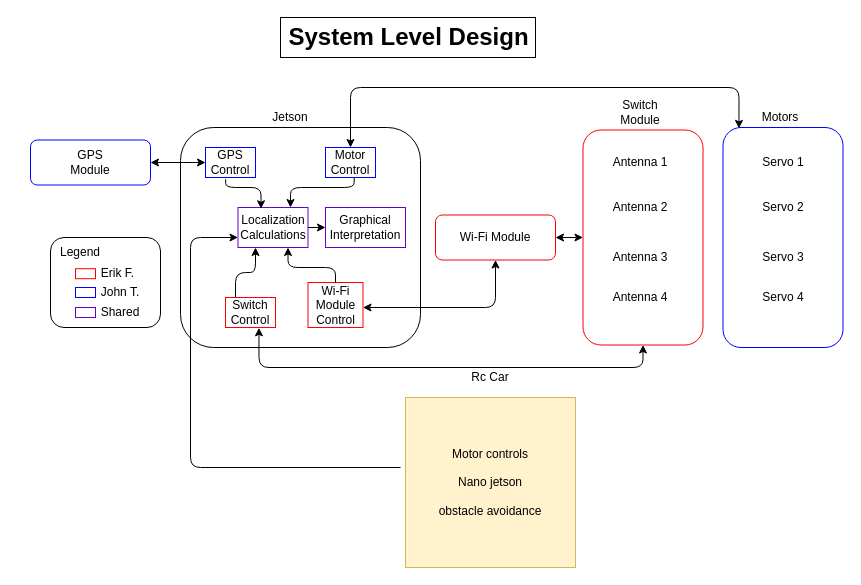
Earlier version of the draw.io diagram Untitled Diagram.drawio (groolmin/EENG-490-capstone). Source tidied: cells renumbered, new cells numbered last; positions are measured from the earlier drawing's top-left corner, leaving out a move shared by most shapes. Both pictures are drawn from the tidied source at 100%, with x=0, y=0 at pixel (30, 17).
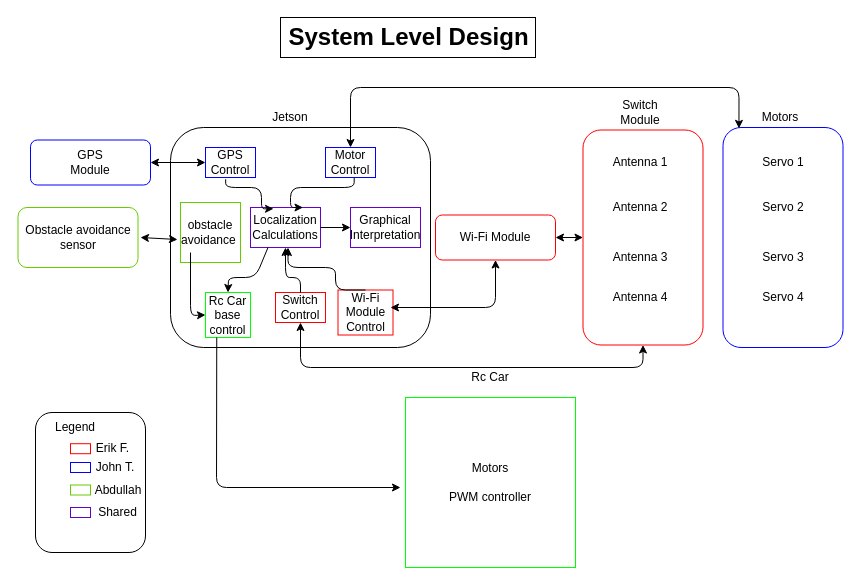
The same page after the edit.

The change refers to these unchanged cells:
```xml
<mxCell id="12" style="rounded=1;whiteSpace=wrap;html=1;strokeColor=#FF0000;" parent="1" vertex="1">
  <mxGeometry x="405" y="197.5" width="120" height="45" as="geometry" />
</mxCell>
<mxCell id="14" style="rounded=1;whiteSpace=wrap;html=1;strokeColor=#FF0000;" parent="1" vertex="1">
  <mxGeometry x="552.5" y="112.5" width="120" height="215" as="geometry" />
</mxCell>
```

Diff of the diagram source:
```diff
@@
     <mxCell id="2" style="rounded=1;whiteSpace=wrap;html=1;" parent="1" vertex="1">
-      <mxGeometry x="150" y="110" width="240" height="220" as="geometry" />
+      <mxGeometry x="140" y="110" width="260" height="220" as="geometry" />
     </mxCell>
@@
     <mxCell id="5" value="Wi-Fi Module Control" style="text;html=1;align=center;verticalAlign=middle;whiteSpace=wrap;rounded=0;strokeColor=#FF0000;" parent="1" vertex="1">
-      <mxGeometry x="277.5" y="265" width="55" height="45" as="geometry" />
+      <mxGeometry x="307.5" y="272.5" width="55" height="45" as="geometry" />
     </mxCell>
     <mxCell id="6" value="Switch Control" style="text;html=1;fillColor=none;align=center;verticalAlign=middle;whiteSpace=wrap;rounded=0;strokeColor=#FF0000;" parent="1" vertex="1">
-      <mxGeometry x="195" y="280" width="50" height="30" as="geometry" />
+      <mxGeometry x="245" y="275" width="50" height="30" as="geometry" />
     </mxCell>
@@
     <mxCell id="8" value="Localization Calculations" style="text;html=1;fillColor=none;align=center;verticalAlign=middle;whiteSpace=wrap;rounded=0;strokeColor=#6600CC;" parent="1" vertex="1">
-      <mxGeometry x="207.5" y="190" width="70" height="40" as="geometry" />
+      <mxGeometry x="220" y="190" width="70" height="40" as="geometry" />
     </mxCell>
-    <mxCell id="9" style="edgeStyle=elbowEdgeStyle;elbow=vertical;endArrow=classic;html=1;entryX=0.25;entryY=1;entryDx=0;entryDy=0;" parent="1" edge="1" target="8">
+    <mxCell id="9" style="edgeStyle=elbowEdgeStyle;elbow=vertical;endArrow=classic;html=1;entryX=0.5;entryY=1;entryDx=0;entryDy=0;exitX=0.5;exitY=0;exitDx=0;exitDy=0;" parent="1" edge="1" source="6" target="8">
       <mxGeometry relative="1" as="geometry">
-        <mxPoint x="205" y="280" as="sourcePoint" />
+        <Array as="points">
+          <mxPoint x="260" y="260" />
+          <mxPoint x="260" y="260" />
+        </Array>
       </mxGeometry>
     </mxCell>
@@
     <mxCell id="20" value="Graphical Interpretation" style="text;html=1;fillColor=none;align=center;verticalAlign=middle;whiteSpace=wrap;rounded=0;strokeColor=#6600CC;" parent="1" vertex="1">
-      <mxGeometry x="295" y="190" width="80" height="40" as="geometry" />
+      <mxGeometry x="320" y="190" width="70" height="40" as="geometry" />
     </mxCell>
@@
     <mxCell id="22" style="endArrow=classic;html=1;entryX=0;entryY=0.5;entryDx=0;entryDy=0;" parent="1" edge="1" target="20">
       <mxGeometry relative="1" as="geometry">
-        <mxPoint x="277.5" y="210" as="sourcePoint" />
+        <mxPoint x="290" y="210" as="sourcePoint" />
       </mxGeometry>
     </mxCell>
@@
     <mxCell id="31" style="edgeStyle=segmentEdgeStyle;endArrow=classic;html=1;entryX=0.5;entryY=1;entryDx=0;entryDy=0;startArrow=classic;startFill=1;" parent="1" edge="1" target="12">
       <mxGeometry relative="1" as="geometry">
-        <mxPoint x="332.5" y="290" as="sourcePoint" />
+        <mxPoint x="360" y="290" as="sourcePoint" />
         <Array as="points">
           <mxPoint x="465" y="290" />
         </Array>
       </mxGeometry>
     </mxCell>
-    <mxCell id="32" style="edgeStyle=segmentEdgeStyle;endArrow=classic;html=1;exitX=0.669;exitY=1.01;exitDx=0;exitDy=0;exitPerimeter=0;entryX=0.5;entryY=1;entryDx=0;entryDy=0;startArrow=classic;startFill=1;" parent="1" edge="1" source="6" target="14">
+    <mxCell id="32" style="edgeStyle=segmentEdgeStyle;endArrow=classic;html=1;entryX=0.5;entryY=1;entryDx=0;entryDy=0;startArrow=classic;startFill=1;" parent="1" edge="1" target="14">
       <mxGeometry relative="1" as="geometry">
+        <mxPoint x="270" y="305" as="sourcePoint" />
         <Array as="points">
-          <mxPoint x="228" y="350" />
-          <mxPoint x="612" y="350" />
+          <mxPoint x="270" y="305" />
+          <mxPoint x="270" y="350" />
+          <mxPoint x="613" y="350" />
         </Array>
       </mxGeometry>
     </mxCell>
@@
     <mxCell id="37" style="rounded=1;whiteSpace=wrap;html=1;strokeColor=#000000;" parent="1" vertex="1">
-      <mxGeometry x="20" y="220" width="110" height="90" as="geometry" />
+      <mxGeometry x="5" y="395" width="110" height="140" as="geometry" />
     </mxCell>
     <mxCell id="38" value="Legend" style="text;html=1;strokeColor=none;fillColor=none;align=center;verticalAlign=middle;whiteSpace=wrap;rounded=0;" parent="1" vertex="1">
-      <mxGeometry x="30" y="225" width="40" height="20" as="geometry" />
+      <mxGeometry x="25" y="400" width="40" height="20" as="geometry" />
     </mxCell>
     <mxCell id="39" value="Erik F." style="text;html=1;strokeColor=none;fillColor=none;align=center;verticalAlign=middle;whiteSpace=wrap;rounded=0;" parent="1" vertex="1">
-      <mxGeometry x="65" y="246.2" width="45" height="20" as="geometry" />
+      <mxGeometry x="60" y="421.2" width="45" height="20" as="geometry" />
     </mxCell>
     <mxCell id="40" value="John T." style="text;html=1;strokeColor=none;fillColor=none;align=center;verticalAlign=middle;whiteSpace=wrap;rounded=0;" parent="1" vertex="1">
-      <mxGeometry x="65" y="265" width="50" height="20" as="geometry" />
+      <mxGeometry x="60" y="440" width="50" height="20" as="geometry" />
     </mxCell>
     <mxCell id="41" style="rounded=0;whiteSpace=wrap;html=1;fillColor=none;strokeColor=#FF0000;" parent="1" vertex="1">
-      <mxGeometry x="45" y="251.2" width="20" height="10" as="geometry" />
+      <mxGeometry x="40" y="426.2" width="20" height="10" as="geometry" />
     </mxCell>
     <mxCell id="42" style="rounded=0;whiteSpace=wrap;html=1;fillColor=none;strokeColor=#0000FF;" parent="1" vertex="1">
-      <mxGeometry x="45" y="270" width="20" height="10" as="geometry" />
+      <mxGeometry x="40" y="445" width="20" height="10" as="geometry" />
     </mxCell>
     <mxCell id="43" value="Shared" style="text;html=1;strokeColor=none;fillColor=none;align=center;verticalAlign=middle;whiteSpace=wrap;rounded=0;" parent="1" vertex="1">
-      <mxGeometry x="65" y="285" width="50" height="20" as="geometry" />
+      <mxGeometry x="65" y="485" width="45" height="20" as="geometry" />
     </mxCell>
     <mxCell id="44" style="rounded=0;whiteSpace=wrap;html=1;fillColor=none;strokeColor=#6600CC;" parent="1" vertex="1">
-      <mxGeometry x="45" y="290" width="20" height="10" as="geometry" />
+      <mxGeometry x="40" y="490" width="20" height="10" as="geometry" />
     </mxCell>
-    <mxCell id="45" value="Motor controls&lt;br&gt;&lt;br&gt;Nano jetson&lt;br&gt;&lt;br&gt;obstacle avoidance" style="whiteSpace=wrap;html=1;fillColor=#fff2cc;strokeColor=#d6b656;" parent="1" vertex="1">
+    <mxCell id="45" value="Motors&lt;br&gt;&lt;br&gt;PWM controller" style="whiteSpace=wrap;html=1;strokeColor=#00FF00;" parent="1" vertex="1">
       <mxGeometry x="375" y="380" width="170" height="170" as="geometry" />
     </mxCell>
-    <mxCell id="46" style="endArrow=classic;html=1;entryX=0;entryY=0.75;entryDx=0;entryDy=0;" parent="1" edge="1" target="8">
-      <mxGeometry relative="1" as="geometry">
-        <mxPoint x="370" y="450" as="sourcePoint" />
-        <Array as="points">
-          <mxPoint x="160" y="450" />
-          <mxPoint x="160" y="220" />
-        </Array>
-      </mxGeometry>
-    </mxCell>
@@
+    <mxCell id="48" value="Rc Car base control" style="whiteSpace=wrap;html=1;strokeColor=#00FF00;" parent="1" vertex="1">
+      <mxGeometry x="175" y="275" width="45" height="45" as="geometry" />
+    </mxCell>
+    <mxCell id="49" style="endArrow=classic;html=1;exitX=0.25;exitY=1;exitDx=0;exitDy=0;" parent="1" edge="1" source="48">
+      <mxGeometry relative="1" as="geometry">
+        <mxPoint x="370" y="470" as="targetPoint" />
+        <Array as="points">
+          <mxPoint x="186" y="470" />
+        </Array>
+      </mxGeometry>
+    </mxCell>
+    <mxCell id="50" style="endArrow=classic;html=1;entryX=0.5;entryY=0;entryDx=0;entryDy=0;exitX=0.25;exitY=1;exitDx=0;exitDy=0;" parent="1" edge="1" source="8" target="48">
+      <mxGeometry relative="1" as="geometry">
+        <Array as="points">
+          <mxPoint x="225" y="260" />
+          <mxPoint x="198" y="260" />
+        </Array>
+      </mxGeometry>
+    </mxCell>
+    <mxCell id="51" value="obstacle avoidance&amp;nbsp;" style="whiteSpace=wrap;html=1;strokeColor=#66CC00;" parent="1" vertex="1">
+      <mxGeometry x="150" y="185" width="60" height="60" as="geometry" />
+    </mxCell>
+    <mxCell id="52" style="endArrow=classic;html=1;entryX=0;entryY=0.5;entryDx=0;entryDy=0;" parent="1" edge="1" target="48">
+      <mxGeometry relative="1" as="geometry">
+        <mxPoint x="160" y="235" as="sourcePoint" />
+        <Array as="points">
+          <mxPoint x="160" y="298" />
+        </Array>
+      </mxGeometry>
+    </mxCell>
+    <mxCell id="53" value="Abdullah" style="text;html=1;strokeColor=none;fillColor=none;align=center;verticalAlign=middle;whiteSpace=wrap;rounded=0;" parent="1" vertex="1">
+      <mxGeometry x="67.5" y="462.5" width="40" height="20" as="geometry" />
+    </mxCell>
+    <mxCell id="54" style="rounded=0;whiteSpace=wrap;html=1;fillColor=none;strokeColor=#66CC00;" parent="1" vertex="1">
+      <mxGeometry x="40" y="467.5" width="20" height="10" as="geometry" />
+    </mxCell>
+    <mxCell id="55" value="Obstacle avoidance sensor" style="rounded=1;whiteSpace=wrap;html=1;strokeColor=#66CC00;" parent="1" vertex="1">
+      <mxGeometry x="-12.5" y="190" width="120" height="60" as="geometry" />
+    </mxCell>
+    <mxCell id="56" style="endArrow=classic;startArrow=classic;html=1;exitX=-0.05;exitY=0.617;exitDx=0;exitDy=0;exitPerimeter=0;" parent="1" edge="1" source="51">
+      <mxGeometry relative="1" as="geometry">
+        <mxPoint x="110" y="220" as="targetPoint" />
+      </mxGeometry>
+    </mxCell>
```
